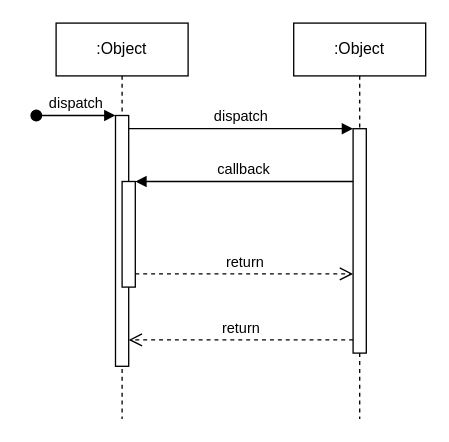
Before: src/User/Infrastructure/InputAdapters/Diagrama sin título.drawio in flexystock/backapp, a draw.io diagram. Source tidied: cells renumbered, new cells numbered last; positions are measured from the earlier drawing's top-left corner, leaving out a move shared by most shapes. Both pictures are drawn from the tidied source at 132%, with x=0, y=0 at pixel (36, 22).
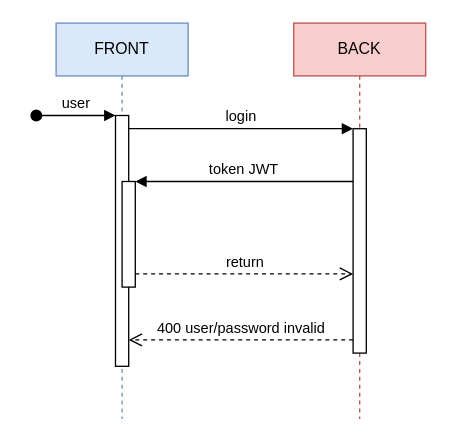
The same diagram, later.

The edit, as a diff of the source:
```diff
@@
 <mxGraphModel>
   <root>
     <mxCell id="0" />
     <mxCell id="1" parent="0" />
-    <mxCell id="2" value=":Object" style="shape=umlLifeline;perimeter=lifelinePerimeter;whiteSpace=wrap;html=1;newEdgeStyle={&quot;edgeStyle&quot;:&quot;elbowEdgeStyle&quot;,&quot;elbow&quot;:&quot;vertical&quot;,&quot;curved&quot;:0,&quot;rounded&quot;:0};" parent="1" vertex="1">
+    <mxCell id="2" value="FRONT" style="shape=umlLifeline;perimeter=lifelinePerimeter;whiteSpace=wrap;html=1;newEdgeStyle={&quot;edgeStyle&quot;:&quot;elbowEdgeStyle&quot;,&quot;elbow&quot;:&quot;vertical&quot;,&quot;curved&quot;:0,&quot;rounded&quot;:0};fillColor=#dae8fc;strokeColor=#6c8ebf;" parent="1" vertex="1">
       <mxGeometry x="15" width="100" height="300" as="geometry" />
     </mxCell>
     <mxCell id="3" style="html=1;points=[];perimeter=orthogonalPerimeter;outlineConnect=0;targetShapes=umlLifeline;portConstraint=eastwest;newEdgeStyle={&quot;edgeStyle&quot;:&quot;elbowEdgeStyle&quot;,&quot;elbow&quot;:&quot;vertical&quot;,&quot;curved&quot;:0,&quot;rounded&quot;:0};" parent="2" vertex="1">
       <mxGeometry x="45" y="70" width="10" height="190" as="geometry" />
     </mxCell>
-    <mxCell id="4" value="dispatch" style="html=1;verticalAlign=bottom;startArrow=oval;endArrow=block;startSize=8;edgeStyle=elbowEdgeStyle;elbow=vertical;curved=0;rounded=0;" parent="2" edge="1" target="3">
+    <mxCell id="4" value="user" style="html=1;verticalAlign=bottom;startArrow=oval;endArrow=block;startSize=8;edgeStyle=elbowEdgeStyle;elbow=vertical;curved=0;rounded=0;" parent="2" edge="1" target="3">
       <mxGeometry relative="1" as="geometry">
         <mxPoint x="-15" y="70" as="sourcePoint" />
       </mxGeometry>
     </mxCell>
     <mxCell id="5" style="html=1;points=[];perimeter=orthogonalPerimeter;outlineConnect=0;targetShapes=umlLifeline;portConstraint=eastwest;newEdgeStyle={&quot;edgeStyle&quot;:&quot;elbowEdgeStyle&quot;,&quot;elbow&quot;:&quot;vertical&quot;,&quot;curved&quot;:0,&quot;rounded&quot;:0};" parent="2" vertex="1">
       <mxGeometry x="50" y="120" width="10" height="80" as="geometry" />
     </mxCell>
-    <mxCell id="6" value=":Object" style="shape=umlLifeline;perimeter=lifelinePerimeter;whiteSpace=wrap;html=1;newEdgeStyle={&quot;edgeStyle&quot;:&quot;elbowEdgeStyle&quot;,&quot;elbow&quot;:&quot;vertical&quot;,&quot;curved&quot;:0,&quot;rounded&quot;:0};" parent="1" vertex="1">
+    <mxCell id="6" value="BACK" style="shape=umlLifeline;perimeter=lifelinePerimeter;whiteSpace=wrap;html=1;newEdgeStyle={&quot;edgeStyle&quot;:&quot;elbowEdgeStyle&quot;,&quot;elbow&quot;:&quot;vertical&quot;,&quot;curved&quot;:0,&quot;rounded&quot;:0};fillColor=#f8cecc;strokeColor=#b85450;" parent="1" vertex="1">
       <mxGeometry x="195" width="100" height="300" as="geometry" />
     </mxCell>
     <mxCell id="7" style="html=1;points=[];perimeter=orthogonalPerimeter;outlineConnect=0;targetShapes=umlLifeline;portConstraint=eastwest;newEdgeStyle={&quot;edgeStyle&quot;:&quot;elbowEdgeStyle&quot;,&quot;elbow&quot;:&quot;vertical&quot;,&quot;curved&quot;:0,&quot;rounded&quot;:0};" parent="6" vertex="1">
       <mxGeometry x="45" y="80" width="10" height="170" as="geometry" />
     </mxCell>
-    <mxCell id="8" value="dispatch" style="html=1;verticalAlign=bottom;endArrow=block;edgeStyle=elbowEdgeStyle;elbow=vertical;curved=0;rounded=0;" parent="1" edge="1" source="3" target="7">
+    <mxCell id="8" value="login" style="html=1;verticalAlign=bottom;endArrow=block;edgeStyle=elbowEdgeStyle;elbow=vertical;curved=0;rounded=0;" parent="1" edge="1" source="3" target="7">
       <mxGeometry relative="1" as="geometry">
         <Array as="points">
           <mxPoint x="155" y="80" />
         </Array>
       </mxGeometry>
     </mxCell>
-    <mxCell id="9" value="return" style="html=1;verticalAlign=bottom;endArrow=open;dashed=1;endSize=8;edgeStyle=elbowEdgeStyle;elbow=vertical;curved=0;rounded=0;" parent="1" edge="1" source="7" target="3">
+    <mxCell id="9" value="400 user/password invalid" style="html=1;verticalAlign=bottom;endArrow=open;dashed=1;endSize=8;edgeStyle=elbowEdgeStyle;elbow=vertical;curved=0;rounded=0;" parent="1" edge="1" source="7" target="3">
       <mxGeometry relative="1" as="geometry">
         <Array as="points">
           <mxPoint x="165" y="240" />
         </Array>
       </mxGeometry>
     </mxCell>
-    <mxCell id="10" value="callback" style="html=1;verticalAlign=bottom;endArrow=block;edgeStyle=elbowEdgeStyle;elbow=vertical;curved=0;rounded=0;" parent="1" edge="1" source="7" target="5">
+    <mxCell id="10" value="token JWT" style="html=1;verticalAlign=bottom;endArrow=block;edgeStyle=elbowEdgeStyle;elbow=vertical;curved=0;rounded=0;" parent="1" edge="1" source="7" target="5">
       <mxGeometry relative="1" as="geometry">
         <Array as="points">
           <mxPoint x="165" y="120" />
         </Array>
       </mxGeometry>
     </mxCell>
     <mxCell id="11" value="return" style="html=1;verticalAlign=bottom;endArrow=open;dashed=1;endSize=8;edgeStyle=elbowEdgeStyle;elbow=vertical;curved=0;rounded=0;" parent="1" edge="1" source="5" target="7">
       <mxGeometry relative="1" as="geometry">
         <Array as="points">
           <mxPoint x="155" y="190" />
         </Array>
       </mxGeometry>
     </mxCell>
   </root>
 </mxGraphModel>
```
